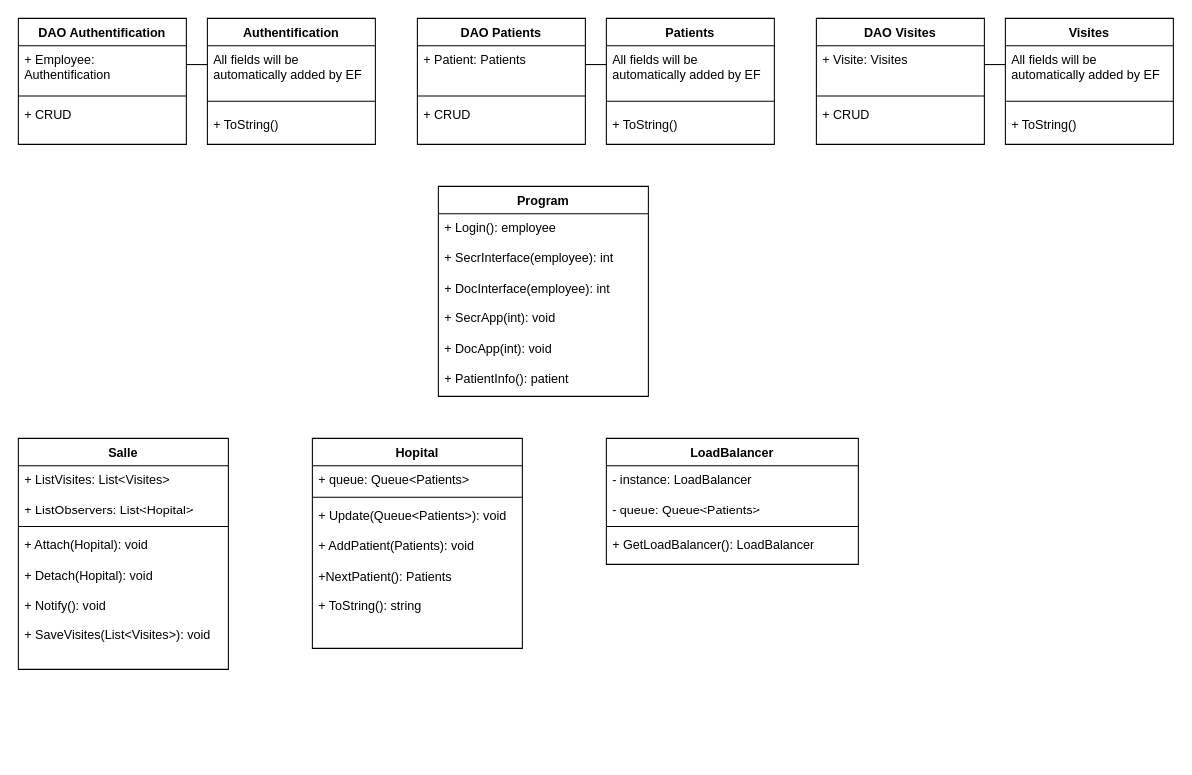
Before: DiagHopital.drawio in Pierre-Eloi/AJC_ProjetHopital, a draw.io diagram. Source tidied: cells renumbered, new cells numbered last; positions are measured from the earlier drawing's top-left corner, leaving out a move shared by most shapes. Both pictures are drawn from the tidied source at 105%, with x=0, y=0 at pixel (18, 18).
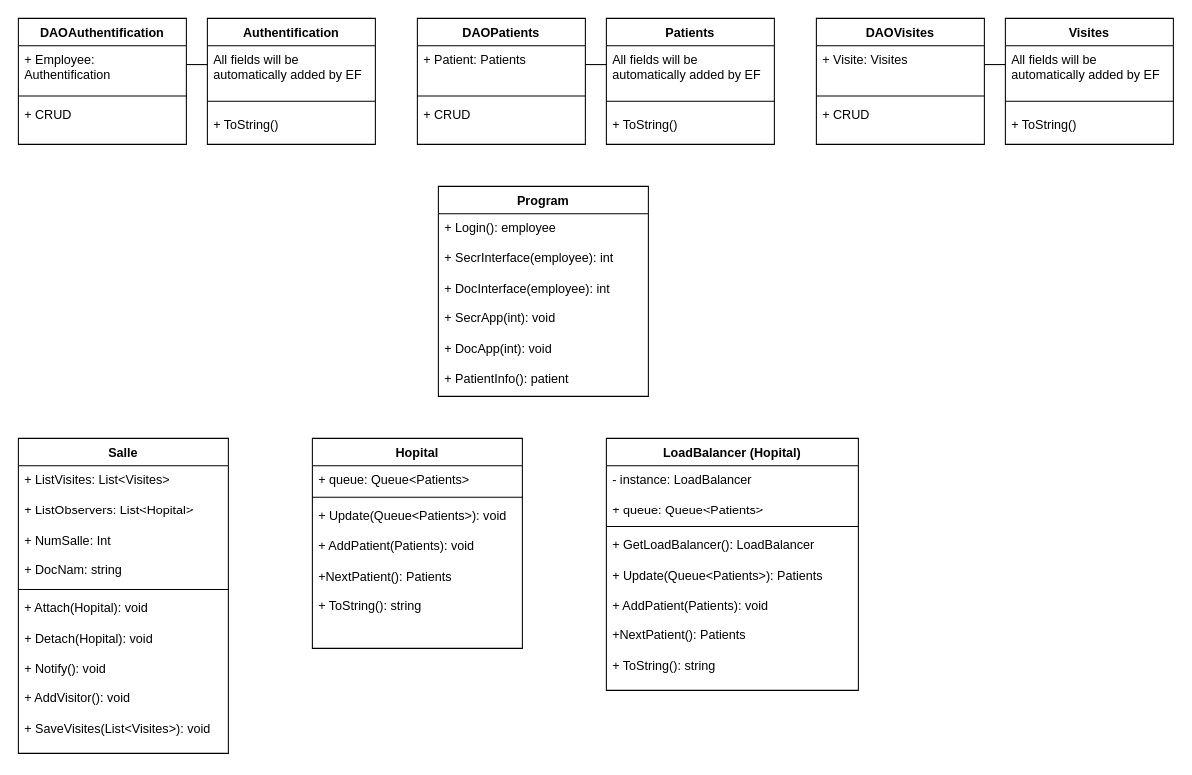
Above is the later version.

Commit message:
Mettre à jour DiagHopital.drawio

Diff of the diagram source:
```diff
@@
-    <mxCell id="6" value="DAO Authentification" style="swimlane;fontStyle=1;align=center;verticalAlign=top;horizontal=1;startSize=26;whiteSpace=wrap;html=1;" parent="1" vertex="1">
+    <mxCell id="6" value="DAOAuthentification" style="swimlane;fontStyle=1;align=center;verticalAlign=top;horizontal=1;startSize=26;whiteSpace=wrap;html=1;" parent="1" vertex="1">
       <mxGeometry width="160" height="120" as="geometry" />
     </mxCell>
@@
-    <mxCell id="14" value="DAO Patients" style="swimlane;fontStyle=1;align=center;verticalAlign=top;horizontal=1;startSize=26;whiteSpace=wrap;html=1;" parent="1" vertex="1">
+    <mxCell id="14" value="DAOPatients" style="swimlane;fontStyle=1;align=center;verticalAlign=top;horizontal=1;startSize=26;whiteSpace=wrap;html=1;" parent="1" vertex="1">
       <mxGeometry x="380" width="160" height="120" as="geometry" />
     </mxCell>
@@
-    <mxCell id="22" value="DAO Visites" style="swimlane;fontStyle=1;align=center;verticalAlign=top;horizontal=1;startSize=26;whiteSpace=wrap;html=1;" parent="1" vertex="1">
+    <mxCell id="22" value="DAOVisites" style="swimlane;fontStyle=1;align=center;verticalAlign=top;horizontal=1;startSize=26;whiteSpace=wrap;html=1;" parent="1" vertex="1">
       <mxGeometry x="760" width="160" height="120" as="geometry" />
     </mxCell>
@@
     <mxCell id="31" value="Salle" style="swimlane;fontStyle=1;align=center;verticalAlign=top;horizontal=1;startSize=26;whiteSpace=wrap;html=1;" parent="1" vertex="1">
-      <mxGeometry y="400" width="200" height="220" as="geometry" />
+      <mxGeometry y="400" width="200" height="300" as="geometry" />
     </mxCell>
-    <mxCell id="32" value="+ ListVisites: List&amp;lt;Visites&amp;gt;&lt;br&gt;&lt;br&gt;+ ListObservers: List&amp;lt;Hopital&amp;gt;" style="text;strokeColor=none;fillColor=none;align=left;verticalAlign=top;spacingLeft=4;spacingRight=4;overflow=hidden;whiteSpace=wrap;html=1;" parent="31" vertex="1">
-      <mxGeometry y="26" width="200" height="54" as="geometry" />
+    <mxCell id="32" value="+ ListVisites: List&amp;lt;Visites&amp;gt;&lt;br&gt;&lt;br&gt;+ ListObservers: List&amp;lt;Hopital&amp;gt;&lt;br&gt;&lt;br&gt;+ NumSalle: Int&lt;br&gt;&lt;br&gt;+ DocNam: string" style="text;strokeColor=none;fillColor=none;align=left;verticalAlign=top;spacingLeft=4;spacingRight=4;overflow=hidden;whiteSpace=wrap;html=1;" parent="31" vertex="1">
+      <mxGeometry y="26" width="200" height="114" as="geometry" />
     </mxCell>
     <mxCell id="33" style="line;strokeWidth=1;fillColor=none;align=left;verticalAlign=middle;spacingTop=-1;spacingLeft=3;spacingRight=3;labelPosition=right;strokeColor=inherit;" parent="31" vertex="1">
-      <mxGeometry y="80" width="200" height="8" as="geometry" />
+      <mxGeometry y="140" width="200" height="8" as="geometry" />
     </mxCell>
-    <mxCell id="34" value="+ Attach(Hopital): void&lt;br&gt;&lt;br&gt;+ Detach(Hopital): void&lt;br&gt;&lt;br&gt;+ Notify(): void&lt;br&gt;&lt;br&gt;+ SaveVisites(List&amp;lt;Visites&amp;gt;): void" style="text;strokeColor=none;fillColor=none;align=left;verticalAlign=top;spacingLeft=4;spacingRight=4;overflow=hidden;whiteSpace=wrap;html=1;" parent="31" vertex="1">
-      <mxGeometry y="88" width="200" height="132" as="geometry" />
+    <mxCell id="34" value="+ Attach(Hopital): void&lt;br&gt;&lt;br&gt;+ Detach(Hopital): void&lt;br&gt;&lt;br&gt;+ Notify(): void&lt;br&gt;&lt;br&gt;+ AddVisitor(): void&lt;br&gt;&lt;br&gt;+ SaveVisites(List&amp;lt;Visites&amp;gt;): void" style="text;strokeColor=none;fillColor=none;align=left;verticalAlign=top;spacingLeft=4;spacingRight=4;overflow=hidden;whiteSpace=wrap;html=1;" parent="31" vertex="1">
+      <mxGeometry y="148" width="200" height="152" as="geometry" />
     </mxCell>
@@
-    <mxCell id="39" value="LoadBalancer" style="swimlane;fontStyle=1;align=center;verticalAlign=top;horizontal=1;startSize=26;whiteSpace=wrap;html=1;" parent="1" vertex="1">
-      <mxGeometry x="560" y="400" width="240" height="120" as="geometry" />
+    <mxCell id="39" value="LoadBalancer (Hopital)" style="swimlane;fontStyle=1;align=center;verticalAlign=top;horizontal=1;startSize=26;whiteSpace=wrap;html=1;" parent="1" vertex="1">
+      <mxGeometry x="560" y="400" width="240" height="240" as="geometry" />
     </mxCell>
-    <mxCell id="40" value="- instance: LoadBalancer&lt;br&gt;&lt;br&gt;- queue: Queue&amp;lt;Patients&amp;gt;" style="text;strokeColor=none;fillColor=none;align=left;verticalAlign=top;spacingLeft=4;spacingRight=4;overflow=hidden;whiteSpace=wrap;html=1;" parent="39" vertex="1">
+    <mxCell id="40" value="- instance: LoadBalancer&lt;br&gt;&lt;br&gt;+ queue: Queue&amp;lt;Patients&amp;gt;" style="text;strokeColor=none;fillColor=none;align=left;verticalAlign=top;spacingLeft=4;spacingRight=4;overflow=hidden;whiteSpace=wrap;html=1;" parent="39" vertex="1">
       <mxGeometry y="26" width="240" height="54" as="geometry" />
     </mxCell>
@@
-    <mxCell id="42" value="+ GetLoadBalancer(): LoadBalancer" style="text;strokeColor=none;fillColor=none;align=left;verticalAlign=top;spacingLeft=4;spacingRight=4;overflow=hidden;whiteSpace=wrap;html=1;" parent="39" vertex="1">
-      <mxGeometry y="88" width="240" height="32" as="geometry" />
+    <mxCell id="42" value="+ GetLoadBalancer(): LoadBalancer&lt;br&gt;&lt;br&gt;+ Update(Queue&amp;lt;Patients&amp;gt;): Patients&lt;br&gt;&lt;br&gt;+ AddPatient(Patients): void&lt;br style=&quot;border-color: var(--border-color);&quot;&gt;&lt;br style=&quot;border-color: var(--border-color);&quot;&gt;+NextPatient(): Patients&lt;br style=&quot;border-color: var(--border-color);&quot;&gt;&lt;br style=&quot;border-color: var(--border-color);&quot;&gt;+ ToString(): string" style="text;strokeColor=none;fillColor=none;align=left;verticalAlign=top;spacingLeft=4;spacingRight=4;overflow=hidden;whiteSpace=wrap;html=1;" parent="39" vertex="1">
+      <mxGeometry y="88" width="240" height="152" as="geometry" />
     </mxCell>
```
